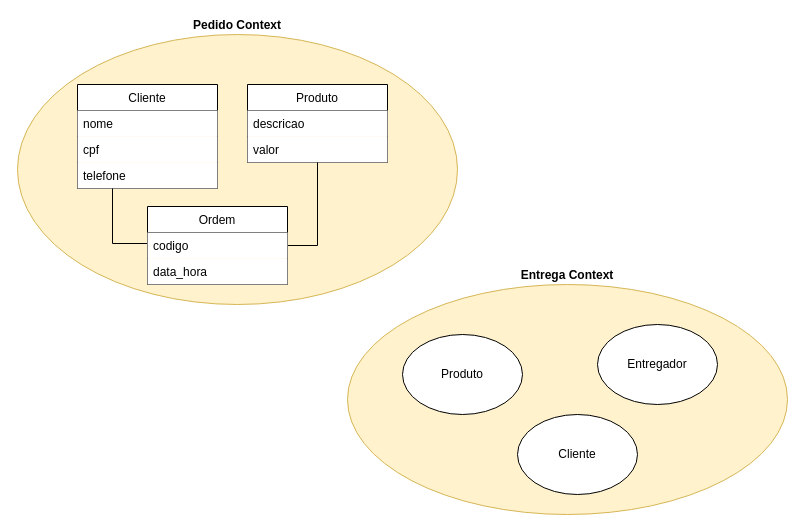
This is POC_DDD.drawio from cesarbcruz/poc-nestjs-ddd, a draw.io file, before an edit. Source tidied: cells renumbered, new cells numbered last; positions are measured from the earlier drawing's top-left corner, leaving out a move shared by most shapes. Both pictures are drawn from the tidied source at 100%, with x=0, y=0 at pixel (17, 34).
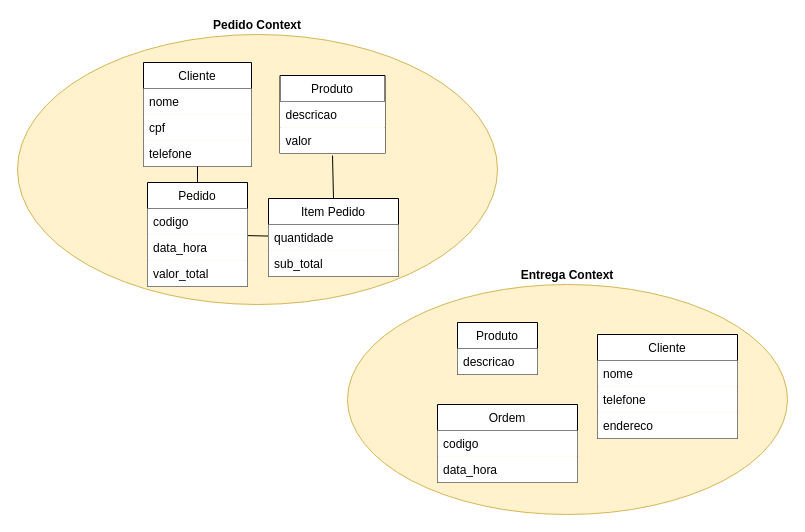
The same page after the edit.

What changed in the source:
```diff
@@
     <mxCell id="2" value="&lt;b&gt;Pedido Context&lt;/b&gt;" style="ellipse;whiteSpace=wrap;html=1;labelPosition=center;verticalLabelPosition=top;align=center;verticalAlign=bottom;fillColor=#fff2cc;strokeColor=#d6b656;" parent="1" vertex="1">
-      <mxGeometry width="440" height="270" as="geometry" />
+      <mxGeometry width="480" height="270" as="geometry" />
     </mxCell>
@@
-    <mxCell id="4" value="Produto" style="ellipse;whiteSpace=wrap;html=1;" parent="1" vertex="1">
-      <mxGeometry x="385" y="300" width="120" height="80" as="geometry" />
-    </mxCell>
-    <mxCell id="5" value="Cliente" style="ellipse;whiteSpace=wrap;html=1;" parent="1" vertex="1">
-      <mxGeometry x="500" y="380" width="120" height="80" as="geometry" />
-    </mxCell>
-    <mxCell id="6" value="Entregador" style="ellipse;whiteSpace=wrap;html=1;" parent="1" vertex="1">
-      <mxGeometry x="580" y="290" width="120" height="80" as="geometry" />
-    </mxCell>
     <mxCell id="7" value="Cliente" style="swimlane;fontStyle=0;horizontal=1;startSize=26;" parent="1" vertex="1">
-      <mxGeometry x="60" y="50" width="140" height="104" as="geometry" />
+      <mxGeometry x="126" y="28" width="108" height="104" as="geometry" />
     </mxCell>
     <mxCell id="8" value="nome" style="text;strokeColor=none;align=left;verticalAlign=top;spacingLeft=4;spacingRight=4;overflow=hidden;fillColor=#ffffff;" parent="7" vertex="1">
-      <mxGeometry y="26" width="140" height="26" as="geometry" />
+      <mxGeometry y="26" width="108" height="26" as="geometry" />
     </mxCell>
     <mxCell id="9" value="cpf" style="text;strokeColor=none;align=left;verticalAlign=top;spacingLeft=4;spacingRight=4;overflow=hidden;fillColor=#ffffff;" parent="7" vertex="1">
-      <mxGeometry y="52" width="140" height="26" as="geometry" />
+      <mxGeometry y="52" width="108" height="26" as="geometry" />
     </mxCell>
     <mxCell id="10" value="telefone" style="text;strokeColor=none;align=left;verticalAlign=top;spacingLeft=4;spacingRight=4;overflow=hidden;points=[[0,0.5],[1,0.5]];portConstraint=eastwest;fillColor=#ffffff;" parent="7" vertex="1">
-      <mxGeometry y="78" width="140" height="26" as="geometry" />
+      <mxGeometry y="78" width="108" height="26" as="geometry" />
     </mxCell>
     <mxCell id="11" value="Produto" style="swimlane;fontStyle=0;horizontal=1;startSize=26;" parent="1" vertex="1">
-      <mxGeometry x="230" y="50" width="140" height="78" as="geometry" />
+      <mxGeometry x="262.5" y="41" width="105" height="78" as="geometry" />
     </mxCell>
     <mxCell id="12" value="descricao" style="text;strokeColor=none;align=left;verticalAlign=top;spacingLeft=4;spacingRight=4;overflow=hidden;fillColor=#ffffff;" parent="11" vertex="1">
-      <mxGeometry y="26" width="140" height="26" as="geometry" />
+      <mxGeometry y="26" width="105" height="26" as="geometry" />
     </mxCell>
     <mxCell id="13" value="valor" style="text;strokeColor=none;align=left;verticalAlign=top;spacingLeft=4;spacingRight=4;overflow=hidden;points=[[0,0.5],[1,0.5]];portConstraint=eastwest;fillColor=#ffffff;" parent="11" vertex="1">
-      <mxGeometry y="52" width="140" height="26" as="geometry" />
+      <mxGeometry y="52" width="105" height="26" as="geometry" />
     </mxCell>
-    <mxCell id="14" style="edgeStyle=orthogonalEdgeStyle;rounded=0;jettySize=auto;html=1;entryX=0.25;entryY=1;entryDx=0;entryDy=0;endArrow=none;endFill=0;" parent="1" edge="1" source="16" target="7">
-      <mxGeometry relative="1" as="geometry">
-        <Array as="points">
-          <mxPoint x="95" y="209" />
-        </Array>
-      </mxGeometry>
+    <mxCell id="14" style="rounded=0;jettySize=auto;html=1;endArrow=none;endFill=0;exitX=0.5;exitY=0;exitDx=0;exitDy=0;" parent="1" edge="1" source="16" target="10">
+      <mxGeometry relative="1" as="geometry" />
     </mxCell>
-    <mxCell id="15" style="edgeStyle=orthogonalEdgeStyle;rounded=0;jettySize=auto;html=1;exitX=1;exitY=0.5;exitDx=0;exitDy=0;entryX=0.5;entryY=1;entryDx=0;entryDy=0;entryPerimeter=0;endArrow=none;endFill=0;" parent="1" edge="1" source="16" target="13">
-      <mxGeometry relative="1" as="geometry" />
-    </mxCell>
+    <mxCell id="19" style="edgeStyle=none;rounded=0;jettySize=auto;html=1;endArrow=none;endFill=0;" parent="1" edge="1" source="16" target="30">
+      <mxGeometry relative="1" as="geometry" />
+    </mxCell>
-    <mxCell id="16" value="Ordem" style="swimlane;fontStyle=0;horizontal=1;startSize=26;" parent="1" vertex="1">
-      <mxGeometry x="130" y="172" width="140" height="78" as="geometry" />
+    <mxCell id="16" value="Pedido" style="swimlane;fontStyle=0;horizontal=1;startSize=26;" parent="1" vertex="1">
+      <mxGeometry x="130" y="148" width="100" height="104" as="geometry" />
     </mxCell>
     <mxCell id="17" value="codigo" style="text;strokeColor=none;align=left;verticalAlign=top;spacingLeft=4;spacingRight=4;overflow=hidden;fillColor=#ffffff;" parent="16" vertex="1">
-      <mxGeometry y="26" width="140" height="26" as="geometry" />
+      <mxGeometry y="26" width="100" height="26" as="geometry" />
     </mxCell>
+    <mxCell id="20" value="data_hora" style="text;strokeColor=none;align=left;verticalAlign=top;spacingLeft=4;spacingRight=4;overflow=hidden;fillColor=#ffffff;" parent="16" vertex="1">
+      <mxGeometry y="52" width="100" height="26" as="geometry" />
+    </mxCell>
-    <mxCell id="18" value="data_hora" style="text;strokeColor=none;align=left;verticalAlign=top;spacingLeft=4;spacingRight=4;overflow=hidden;fillColor=#ffffff;" parent="16" vertex="1">
-      <mxGeometry y="52" width="140" height="26" as="geometry" />
+    <mxCell id="18" value="valor_total" style="text;strokeColor=none;align=left;verticalAlign=top;spacingLeft=4;spacingRight=4;overflow=hidden;fillColor=#ffffff;" parent="16" vertex="1">
+      <mxGeometry y="78" width="100" height="26" as="geometry" />
     </mxCell>
+    <mxCell id="4" value="Produto" style="swimlane;fontStyle=0;horizontal=1;startSize=26;" parent="1" vertex="1">
+      <mxGeometry x="440" y="288" width="80" height="52" as="geometry" />
+    </mxCell>
+    <mxCell id="21" value="descricao" style="text;strokeColor=none;align=left;verticalAlign=top;spacingLeft=4;spacingRight=4;overflow=hidden;fillColor=#ffffff;" parent="4" vertex="1">
+      <mxGeometry y="26" width="80" height="26" as="geometry" />
+    </mxCell>
+    <mxCell id="22" value="Ordem" style="swimlane;fontStyle=0;horizontal=1;startSize=26;" parent="1" vertex="1">
+      <mxGeometry x="420" y="370" width="140" height="78" as="geometry" />
+    </mxCell>
+    <mxCell id="23" value="codigo" style="text;strokeColor=none;align=left;verticalAlign=top;spacingLeft=4;spacingRight=4;overflow=hidden;fillColor=#ffffff;" parent="22" vertex="1">
+      <mxGeometry y="26" width="140" height="26" as="geometry" />
+    </mxCell>
+    <mxCell id="24" value="data_hora" style="text;strokeColor=none;align=left;verticalAlign=top;spacingLeft=4;spacingRight=4;overflow=hidden;fillColor=#ffffff;" parent="22" vertex="1">
+      <mxGeometry y="52" width="140" height="26" as="geometry" />
+    </mxCell>
+    <mxCell id="5" value="Cliente" style="swimlane;fontStyle=0;horizontal=1;startSize=26;" parent="1" vertex="1">
+      <mxGeometry x="580" y="300" width="140" height="104" as="geometry" />
+    </mxCell>
+    <mxCell id="25" value="nome" style="text;strokeColor=none;align=left;verticalAlign=top;spacingLeft=4;spacingRight=4;overflow=hidden;fillColor=#ffffff;" parent="5" vertex="1">
+      <mxGeometry y="26" width="140" height="26" as="geometry" />
+    </mxCell>
+    <mxCell id="26" value="telefone" style="text;strokeColor=none;align=left;verticalAlign=top;spacingLeft=4;spacingRight=4;overflow=hidden;fillColor=#ffffff;" parent="5" vertex="1">
+      <mxGeometry y="52" width="140" height="26" as="geometry" />
+    </mxCell>
+    <mxCell id="27" value="endereco" style="text;strokeColor=none;align=left;verticalAlign=top;spacingLeft=4;spacingRight=4;overflow=hidden;fillColor=#ffffff;" parent="5" vertex="1">
+      <mxGeometry y="78" width="140" height="26" as="geometry" />
+    </mxCell>
+    <mxCell id="28" style="rounded=0;jettySize=auto;html=1;exitX=0.5;exitY=0;exitDx=0;exitDy=0;entryX=0.5;entryY=1.077;entryDx=0;entryDy=0;entryPerimeter=0;endArrow=none;endFill=0;" parent="1" edge="1" source="29" target="13">
+      <mxGeometry relative="1" as="geometry" />
+    </mxCell>
+    <mxCell id="29" value="Item Pedido" style="swimlane;fontStyle=0;horizontal=1;startSize=26;" parent="1" vertex="1">
+      <mxGeometry x="251" y="164" width="130" height="78" as="geometry" />
+    </mxCell>
+    <mxCell id="30" value="quantidade" style="text;strokeColor=none;align=left;verticalAlign=top;spacingLeft=4;spacingRight=4;overflow=hidden;points=[[0,0.5],[1,0.5]];portConstraint=eastwest;fillColor=#ffffff;" parent="29" vertex="1">
+      <mxGeometry y="26" width="130" height="26" as="geometry" />
+    </mxCell>
+    <mxCell id="31" value="sub_total" style="text;strokeColor=none;align=left;verticalAlign=top;spacingLeft=4;spacingRight=4;overflow=hidden;fillColor=#ffffff;" parent="29" vertex="1">
+      <mxGeometry y="52" width="130" height="26" as="geometry" />
+    </mxCell>
```
